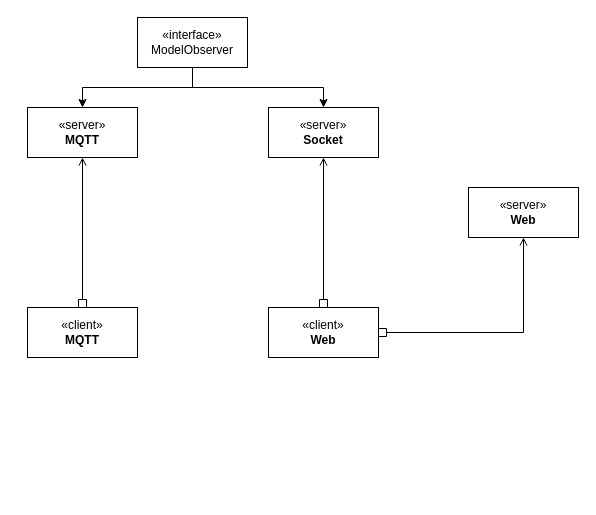
The draw.io diagram cec.drawio in Ro0t-set/Assignment-01-Patriti, before the edit. Source tidied: cells renumbered, new cells numbered last; positions are measured from the earlier drawing's top-left corner, leaving out a move shared by most shapes. Both pictures are drawn from the tidied source at 100%, with x=0, y=0 at pixel (27, 17).
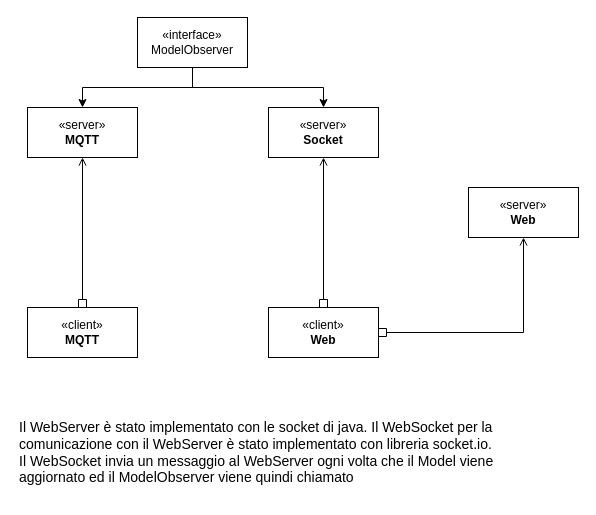
Above is the later version.

Diff of the diagram source:
```diff
@@
 <mxGraphModel>
   <root>
     <mxCell id="0" />
     <mxCell id="1" parent="0" />
     <mxCell id="2" style="edgeStyle=orthogonalEdgeStyle;rounded=0;jettySize=auto;html=1;exitX=0.5;exitY=1;exitDx=0;exitDy=0;entryX=0.5;entryY=0;entryDx=0;entryDy=0;" parent="1" edge="1" source="4" target="6">
       <mxGeometry relative="1" as="geometry" />
     </mxCell>
     <mxCell id="3" style="edgeStyle=orthogonalEdgeStyle;rounded=0;jettySize=auto;html=1;exitX=0.5;exitY=1;exitDx=0;exitDy=0;entryX=0.5;entryY=0;entryDx=0;entryDy=0;" parent="1" edge="1" source="4" target="8">
       <mxGeometry relative="1" as="geometry" />
     </mxCell>
     <mxCell id="4" value="«interface»&lt;br&gt;ModelObserver" style="html=1;whiteSpace=wrap;" parent="1" vertex="1">
       <mxGeometry x="110" width="110" height="50" as="geometry" />
     </mxCell>
     <mxCell id="5" style="edgeStyle=orthogonalEdgeStyle;rounded=0;jettySize=auto;html=1;exitX=0.5;exitY=1;exitDx=0;exitDy=0;entryX=0.5;entryY=0;entryDx=0;entryDy=0;endArrow=box;endFill=0;startArrow=open;startFill=0;" parent="1" edge="1" source="6" target="12">
       <mxGeometry relative="1" as="geometry" />
     </mxCell>
     <mxCell id="6" value="«server»&lt;br&gt;&lt;b&gt;MQTT&lt;/b&gt;" style="html=1;whiteSpace=wrap;" parent="1" vertex="1">
       <mxGeometry y="90" width="110" height="50" as="geometry" />
     </mxCell>
     <mxCell id="7" style="edgeStyle=orthogonalEdgeStyle;rounded=0;jettySize=auto;html=1;exitX=0.5;exitY=1;exitDx=0;exitDy=0;entryX=0.5;entryY=0;entryDx=0;entryDy=0;endArrow=box;endFill=0;startArrow=open;startFill=0;" parent="1" edge="1" source="8" target="11">
       <mxGeometry relative="1" as="geometry" />
     </mxCell>
     <mxCell id="8" value="«server»&lt;br&gt;&lt;b&gt;Socket&lt;/b&gt;" style="html=1;whiteSpace=wrap;" parent="1" vertex="1">
       <mxGeometry x="241" y="90" width="110" height="50" as="geometry" />
     </mxCell>
     <mxCell id="9" style="edgeStyle=orthogonalEdgeStyle;rounded=0;jettySize=auto;html=1;exitX=0.5;exitY=1;exitDx=0;exitDy=0;entryX=1;entryY=0.5;entryDx=0;entryDy=0;endArrow=box;endFill=0;startArrow=open;startFill=0;" parent="1" edge="1" source="10" target="11">
       <mxGeometry relative="1" as="geometry" />
     </mxCell>
     <mxCell id="10" value="«server»&lt;br&gt;&lt;b&gt;Web&lt;/b&gt;" style="html=1;whiteSpace=wrap;" parent="1" vertex="1">
       <mxGeometry x="441" y="170" width="110" height="50" as="geometry" />
     </mxCell>
     <mxCell id="11" value="«client»&lt;br&gt;&lt;b&gt;Web&lt;/b&gt;" style="html=1;whiteSpace=wrap;" parent="1" vertex="1">
       <mxGeometry x="241" y="290" width="110" height="50" as="geometry" />
     </mxCell>
     <mxCell id="12" value="«client»&lt;br&gt;&lt;b&gt;MQTT&lt;/b&gt;" style="html=1;whiteSpace=wrap;" parent="1" vertex="1">
       <mxGeometry y="290" width="110" height="50" as="geometry" />
     </mxCell>
+    <mxCell id="13" value="&lt;font style=&quot;font-size: 14px;&quot;&gt;Il WebServer è stato implementato con le socket di java. Il WebSocket per la comunicazione con il WebServer è stato implementato con libreria socket.io.&lt;br&gt;Il WebSocket invia un messaggio al WebServer ogni volta che il Model viene aggiornato ed il ModelObserver viene quindi chiamato&amp;nbsp;&lt;/font&gt;" style="text;html=1;strokeColor=none;fillColor=none;align=left;verticalAlign=middle;whiteSpace=wrap;rounded=0;" parent="1" vertex="1">
+      <mxGeometry x="-10" y="390" width="490" height="90" as="geometry" />
+    </mxCell>
   </root>
 </mxGraphModel>
```
